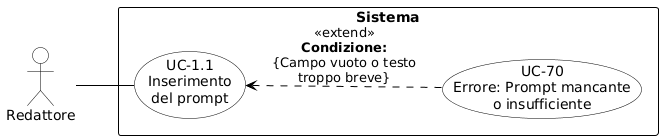
This is RTB/Analisi dei Requisiti/diagrammi_use_case/UC-1.1.png from aLittleByte-19/Documentazione, a PlantUML export, as it was before one commit. The source it was exported from:
```plantuml
@startuml
skinparam shadowing false
skinparam defaultFontName Arial
left to right direction
skinparam nodesep 15
skinparam ranksep 50

skinparam usecase {
    BackgroundColor white
    BorderColor black
    ArrowColor black
}
skinparam actor {
    BackgroundColor white
    BorderColor black
}
skinparam rectangle {
    BorderColor black
    FontStyle bold
}

actor "Redattore" as R

rectangle "Sistema" {
    usecase "UC-1.1\nInserimento\ndel prompt" as UC1_1
    usecase "UC-70\nErrore: Prompt mancante\no insufficiente" as UC70

    UC1_1 <.. UC70 : <<extend>>\n**Condizione:**\n{Campo vuoto o testo\ntroppo breve}
}

R -- UC1_1
@enduml
```
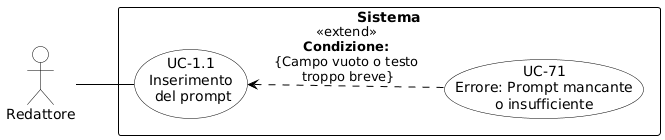
Later version of the same file.

Diff of the diagram source:
```diff
@@ -19,14 +19,14 @@
     FontStyle bold
 }
 
-actor "Redattore" as R
+actor "Redattore" as redattore
 
 rectangle "Sistema" {
-    usecase "UC-1.1\nInserimento\ndel prompt" as UC1_1
-    usecase "UC-70\nErrore: Prompt mancante\no insufficiente" as UC70
+    usecase "UC-1.1\nInserimento\n del prompt" as UC1_1
+    usecase "UC-71\nErrore: Prompt mancante\no insufficiente" as UC71
 
-    UC1_1 <.. UC70 : <<extend>>\n**Condizione:**\n{Campo vuoto o testo\ntroppo breve}
+    UC71 .up.> UC1_1 : «extend»\n<b>Condizione:</b>\n{Campo vuoto o testo\n troppo breve}
 }
 
-R -- UC1_1
+redattore -- UC1_1
 @enduml
```
